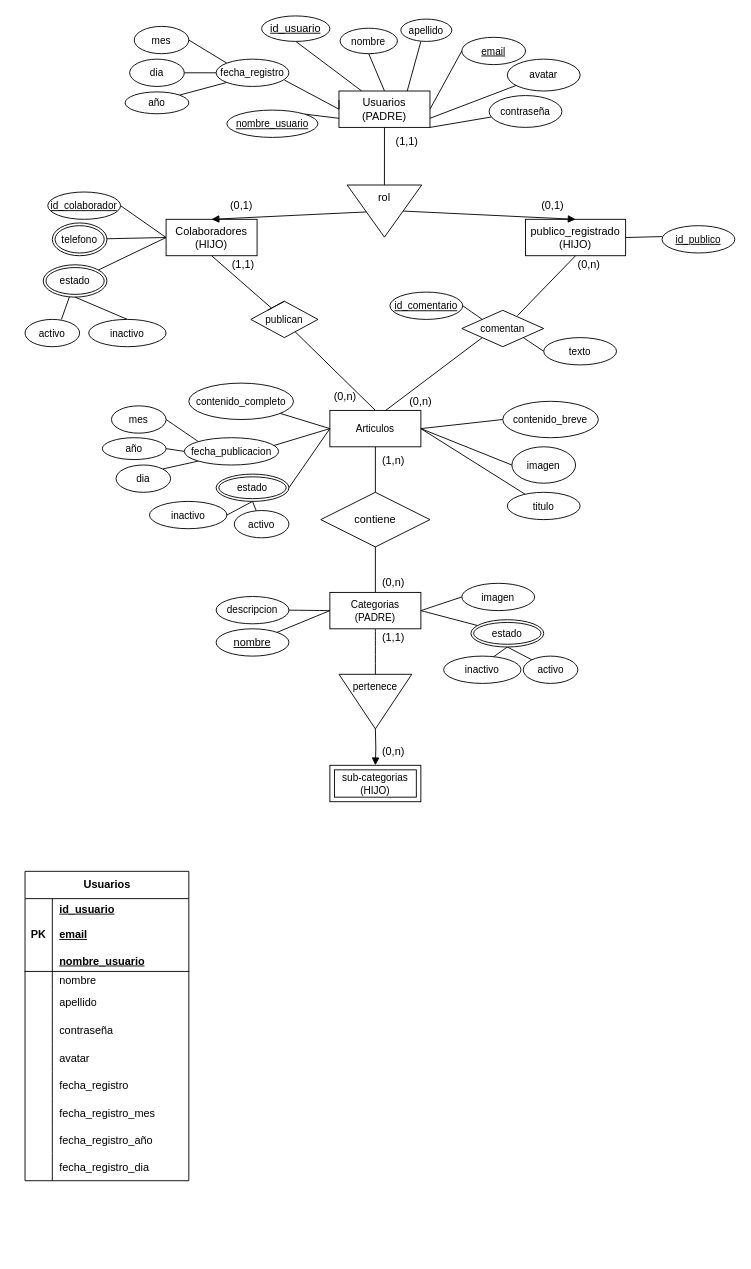
Earlier version of the draw.io diagram Desafio_s5.drawio (mauricioarcez/desafios_info). Source tidied: cells renumbered, new cells numbered last; positions are measured from the earlier drawing's top-left corner, leaving out a move shared by most shapes. Both pictures are drawn from the tidied source at 91%, with x=0, y=0 at pixel (15, 15).
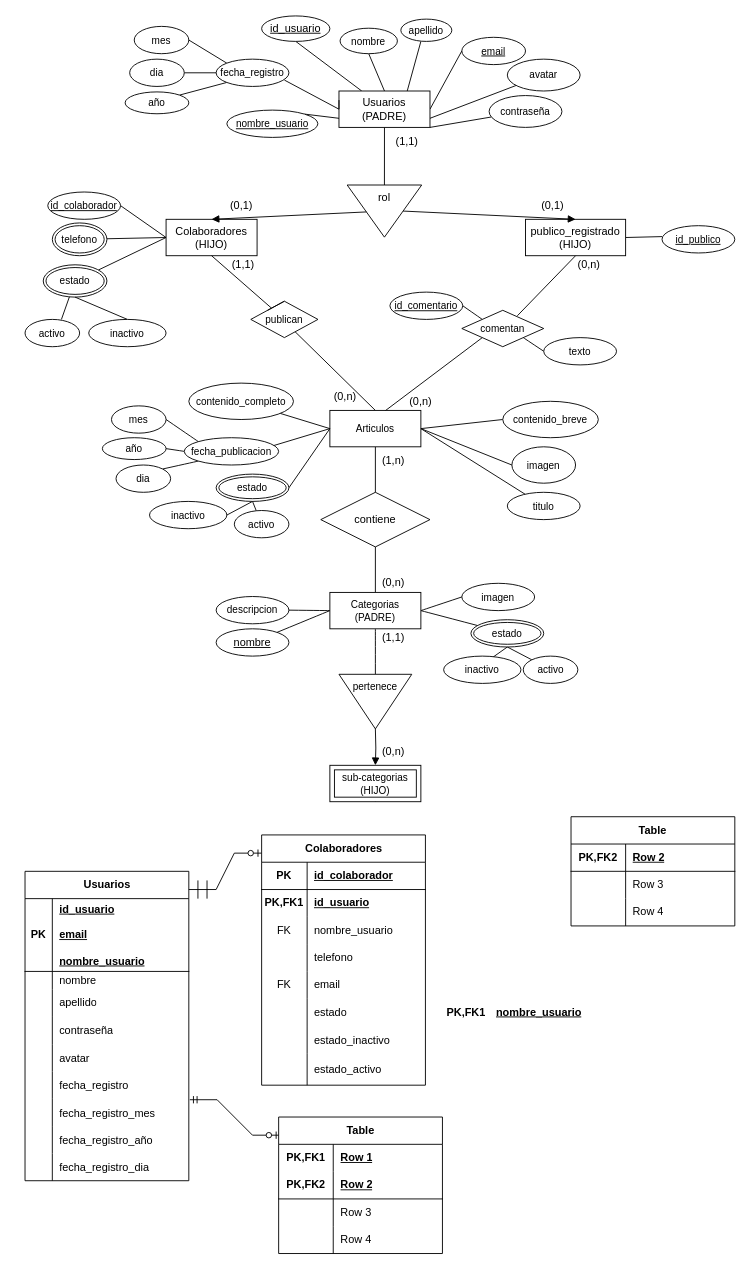
Above is the later version.

Unchanged cells that the change refers to:
```xml
<mxCell id="133" style="shape=tableRow;horizontal=0;startSize=0;swimlaneHead=0;swimlaneBody=0;fillColor=none;points=[[0,0.5],[1,0.5]];portConstraint=eastwest;top=0;left=0;right=0;bottom=0;" parent="114" vertex="1">
  <mxGeometry y="250" width="180" height="30" as="geometry" />
</mxCell>
```

Diff of the diagram source:
```diff
@@
+    <mxCell id="148" style="edgeStyle=entityRelationEdgeStyle;fontSize=12;html=1;endArrow=ERzeroToOne;endFill=1;rounded=0;" parent="1" edge="1">
+      <mxGeometry relative="1" as="geometry">
+        <mxPoint x="190" y="960" as="sourcePoint" />
+        <mxPoint x="270" y="920" as="targetPoint" />
+      </mxGeometry>
+    </mxCell>
+    <mxCell id="149" value="Colaboradores" style="shape=table;startSize=30;childLayout=tableLayout;rowLines=0;fontStyle=1;align=center;html=1;" parent="1" vertex="1">
+      <mxGeometry x="270" y="900" width="180" height="275" as="geometry" />
+    </mxCell>
+    <mxCell id="150" style="shape=tableRow;horizontal=0;startSize=0;swimlaneHead=0;swimlaneBody=0;fillColor=none;top=0;left=0;right=0;bottom=1;" parent="149" vertex="1">
+      <mxGeometry y="30" width="180" height="30" as="geometry" />
+    </mxCell>
+    <mxCell id="151" value="PK" style="shape=partialRectangle;fillColor=none;top=0;left=0;bottom=0;right=0;fontStyle=1;overflow=hidden;whiteSpace=wrap;html=1;" parent="150" vertex="1">
+      <mxGeometry width="50" height="30" as="geometry" />
+    </mxCell>
+    <mxCell id="152" value="id_colaborador" style="shape=partialRectangle;fillColor=none;top=0;left=0;bottom=0;right=0;align=left;spacingLeft=6;fontStyle=5;overflow=hidden;whiteSpace=wrap;html=1;" parent="150" vertex="1">
+      <mxGeometry x="50" width="130" height="30" as="geometry" />
+    </mxCell>
+    <mxCell id="153" style="shape=tableRow;horizontal=0;startSize=0;swimlaneHead=0;swimlaneBody=0;fillColor=none;top=0;left=0;right=0;bottom=0;html=1;" parent="149" vertex="1">
+      <mxGeometry y="60" width="180" height="30" as="geometry" />
+    </mxCell>
+    <mxCell id="154" value="PK,FK1" style="shape=partialRectangle;fillColor=none;top=0;left=0;bottom=0;right=0;fontStyle=1;overflow=hidden;html=1;whiteSpace=wrap;" parent="153" vertex="1">
+      <mxGeometry width="50" height="30" as="geometry" />
+    </mxCell>
+    <mxCell id="155" value="id_usuario" style="shape=partialRectangle;fillColor=none;top=0;left=0;bottom=0;right=0;align=left;spacingLeft=6;fontStyle=5;overflow=hidden;html=1;whiteSpace=wrap;" parent="153" vertex="1">
+      <mxGeometry x="50" width="130" height="30" as="geometry" />
+    </mxCell>
+    <mxCell id="156" style="shape=tableRow;horizontal=0;startSize=0;swimlaneHead=0;swimlaneBody=0;fillColor=none;top=0;left=0;right=0;bottom=0;" parent="149" vertex="1">
+      <mxGeometry y="90" width="180" height="30" as="geometry" />
+    </mxCell>
+    <mxCell id="157" value="FK" style="shape=partialRectangle;fillColor=none;top=0;left=0;bottom=0;right=0;fontStyle=0;overflow=hidden;whiteSpace=wrap;html=1;" parent="156" vertex="1">
+      <mxGeometry width="50" height="30" as="geometry" />
+    </mxCell>
+    <mxCell id="158" value="nombre_usuario" style="shape=partialRectangle;fillColor=none;top=0;left=0;bottom=0;right=0;align=left;spacingLeft=6;fontStyle=0;overflow=hidden;whiteSpace=wrap;html=1;" parent="156" vertex="1">
+      <mxGeometry x="50" width="130" height="30" as="geometry" />
+    </mxCell>
+    <mxCell id="159" style="shape=tableRow;horizontal=0;startSize=0;swimlaneHead=0;swimlaneBody=0;fillColor=none;top=0;left=0;right=0;bottom=0;" parent="149" vertex="1">
+      <mxGeometry y="120" width="180" height="30" as="geometry" />
+    </mxCell>
+    <mxCell id="160" style="shape=partialRectangle;fillColor=none;top=0;left=0;bottom=0;right=0;overflow=hidden;whiteSpace=wrap;html=1;" parent="159" vertex="1">
+      <mxGeometry width="50" height="30" as="geometry" />
+    </mxCell>
+    <mxCell id="161" value="telefono" style="shape=partialRectangle;fillColor=none;top=0;left=0;bottom=0;right=0;align=left;spacingLeft=6;overflow=hidden;whiteSpace=wrap;html=1;" parent="159" vertex="1">
+      <mxGeometry x="50" width="130" height="30" as="geometry" />
+    </mxCell>
+    <mxCell id="162" style="shape=tableRow;horizontal=0;startSize=0;swimlaneHead=0;swimlaneBody=0;fillColor=none;top=0;left=0;right=0;bottom=0;" parent="149" vertex="1">
+      <mxGeometry y="150" width="180" height="30" as="geometry" />
+    </mxCell>
+    <mxCell id="163" value="FK" style="shape=partialRectangle;fillColor=none;top=0;left=0;bottom=0;right=0;fontStyle=0;overflow=hidden;whiteSpace=wrap;html=1;" parent="162" vertex="1">
+      <mxGeometry width="50" height="30" as="geometry" />
+    </mxCell>
+    <mxCell id="164" value="email" style="shape=partialRectangle;fillColor=none;top=0;left=0;bottom=0;right=0;align=left;spacingLeft=6;fontStyle=0;overflow=hidden;whiteSpace=wrap;html=1;" parent="162" vertex="1">
+      <mxGeometry x="50" width="130" height="30" as="geometry" />
+    </mxCell>
+    <mxCell id="165" style="shape=tableRow;horizontal=0;startSize=0;swimlaneHead=0;swimlaneBody=0;fillColor=none;top=0;left=0;right=0;bottom=0;" parent="149" vertex="1">
+      <mxGeometry y="180" width="180" height="30" as="geometry" />
+    </mxCell>
+    <mxCell id="166" style="shape=partialRectangle;fillColor=none;top=0;left=0;bottom=0;right=0;overflow=hidden;whiteSpace=wrap;html=1;" parent="165" vertex="1">
+      <mxGeometry width="50" height="30" as="geometry" />
+    </mxCell>
+    <mxCell id="167" value="estado" style="shape=partialRectangle;fillColor=none;top=0;left=0;bottom=0;right=0;align=left;spacingLeft=6;overflow=hidden;whiteSpace=wrap;html=1;" parent="165" vertex="1">
+      <mxGeometry x="50" width="130" height="30" as="geometry" />
+    </mxCell>
+    <mxCell id="168" style="shape=tableRow;horizontal=0;startSize=0;swimlaneHead=0;swimlaneBody=0;fillColor=none;top=0;left=0;right=0;bottom=0;" parent="149" vertex="1">
+      <mxGeometry y="210" width="180" height="30" as="geometry" />
+    </mxCell>
+    <mxCell id="169" style="shape=partialRectangle;fillColor=none;top=0;left=0;bottom=0;right=0;overflow=hidden;" parent="168" vertex="1">
+      <mxGeometry width="50" height="30" as="geometry" />
+    </mxCell>
+    <mxCell id="170" value="estado_inactivo" style="shape=partialRectangle;fillColor=none;top=0;left=0;bottom=0;right=0;align=left;spacingLeft=6;overflow=hidden;" parent="168" vertex="1">
+      <mxGeometry x="50" width="130" height="30" as="geometry" />
+    </mxCell>
+    <mxCell id="171" style="shape=tableRow;horizontal=0;startSize=0;swimlaneHead=0;swimlaneBody=0;fillColor=none;top=0;left=0;right=0;bottom=0;" parent="149" vertex="1">
+      <mxGeometry y="240" width="180" height="35" as="geometry" />
+    </mxCell>
+    <mxCell id="172" style="shape=partialRectangle;fillColor=none;top=0;left=0;bottom=0;right=0;overflow=hidden;whiteSpace=wrap;html=1;" parent="171" vertex="1">
+      <mxGeometry width="50" height="35" as="geometry" />
+    </mxCell>
+    <mxCell id="173" value="estado_activo" style="shape=partialRectangle;fillColor=none;top=0;left=0;bottom=0;right=0;align=left;spacingLeft=6;overflow=hidden;whiteSpace=wrap;html=1;" parent="171" vertex="1">
+      <mxGeometry x="50" width="130" height="35" as="geometry" />
+    </mxCell>
+    <mxCell id="174" style="endArrow=none;html=1;rounded=0;" parent="1" edge="1">
+      <mxGeometry relative="1" as="geometry">
+        <mxPoint x="200" y="970" as="sourcePoint" />
+        <mxPoint x="200" y="950" as="targetPoint" />
+      </mxGeometry>
+    </mxCell>
+    <mxCell id="175" style="endArrow=none;html=1;rounded=0;" parent="1" edge="1">
+      <mxGeometry relative="1" as="geometry">
+        <mxPoint x="210" y="950" as="sourcePoint" />
+        <mxPoint x="210" y="970" as="targetPoint" />
+      </mxGeometry>
+    </mxCell>
+    <mxCell id="176" style="edgeStyle=entityRelationEdgeStyle;fontSize=12;html=1;endArrow=ERzeroToOne;startArrow=ERmandOne;rounded=0;exitX=1.006;exitY=0.033;exitDx=0;exitDy=0;exitPerimeter=0;entryX=0.007;entryY=0.133;entryDx=0;entryDy=0;entryPerimeter=0;" parent="1" edge="1" source="133" target="177">
+      <mxGeometry relative="1" as="geometry" />
+    </mxCell>
+    <mxCell id="177" value="Table" style="shape=table;startSize=30;childLayout=tableLayout;rowLines=0;fontStyle=1;align=center;html=1;whiteSpace=wrap;" parent="1" vertex="1">
+      <mxGeometry x="288.7" y="1210" width="180" height="150" as="geometry" />
+    </mxCell>
+    <mxCell id="178" style="shape=tableRow;horizontal=0;startSize=0;swimlaneHead=0;swimlaneBody=0;fillColor=none;top=0;left=0;right=0;bottom=0;html=1;" parent="177" vertex="1">
+      <mxGeometry y="30" width="180" height="30" as="geometry" />
+    </mxCell>
+    <mxCell id="179" value="PK,FK1" style="shape=partialRectangle;fillColor=none;top=0;left=0;bottom=0;right=0;fontStyle=1;overflow=hidden;html=1;whiteSpace=wrap;" parent="178" vertex="1">
+      <mxGeometry width="60" height="30" as="geometry" />
+    </mxCell>
+    <mxCell id="180" value="Row 1" style="shape=partialRectangle;fillColor=none;top=0;left=0;bottom=0;right=0;align=left;spacingLeft=6;fontStyle=5;overflow=hidden;html=1;whiteSpace=wrap;" parent="178" vertex="1">
+      <mxGeometry x="60" width="120" height="30" as="geometry" />
+    </mxCell>
+    <mxCell id="181" style="shape=tableRow;horizontal=0;startSize=0;swimlaneHead=0;swimlaneBody=0;fillColor=none;top=0;left=0;right=0;bottom=1;html=1;" parent="177" vertex="1">
+      <mxGeometry y="60" width="180" height="30" as="geometry" />
+    </mxCell>
+    <mxCell id="182" value="PK,FK2" style="shape=partialRectangle;fillColor=none;top=0;left=0;bottom=0;right=0;fontStyle=1;overflow=hidden;html=1;whiteSpace=wrap;" parent="181" vertex="1">
+      <mxGeometry width="60" height="30" as="geometry" />
+    </mxCell>
+    <mxCell id="183" value="Row 2" style="shape=partialRectangle;fillColor=none;top=0;left=0;bottom=0;right=0;align=left;spacingLeft=6;fontStyle=5;overflow=hidden;html=1;whiteSpace=wrap;" parent="181" vertex="1">
+      <mxGeometry x="60" width="120" height="30" as="geometry" />
+    </mxCell>
+    <mxCell id="184" style="shape=tableRow;horizontal=0;startSize=0;swimlaneHead=0;swimlaneBody=0;fillColor=none;top=0;left=0;right=0;bottom=0;html=1;" parent="177" vertex="1">
+      <mxGeometry y="90" width="180" height="30" as="geometry" />
+    </mxCell>
+    <mxCell id="185" style="shape=partialRectangle;fillColor=none;top=0;left=0;bottom=0;right=0;overflow=hidden;html=1;whiteSpace=wrap;" parent="184" vertex="1">
+      <mxGeometry width="60" height="30" as="geometry" />
+    </mxCell>
+    <mxCell id="186" value="Row 3" style="shape=partialRectangle;fillColor=none;top=0;left=0;bottom=0;right=0;align=left;spacingLeft=6;overflow=hidden;html=1;whiteSpace=wrap;" parent="184" vertex="1">
+      <mxGeometry x="60" width="120" height="30" as="geometry" />
+    </mxCell>
+    <mxCell id="187" style="shape=tableRow;horizontal=0;startSize=0;swimlaneHead=0;swimlaneBody=0;fillColor=none;top=0;left=0;right=0;bottom=0;html=1;" parent="177" vertex="1">
+      <mxGeometry y="120" width="180" height="30" as="geometry" />
+    </mxCell>
+    <mxCell id="188" style="shape=partialRectangle;fillColor=none;top=0;left=0;bottom=0;right=0;overflow=hidden;html=1;whiteSpace=wrap;" parent="187" vertex="1">
+      <mxGeometry width="60" height="30" as="geometry" />
+    </mxCell>
+    <mxCell id="189" value="Row 4" style="shape=partialRectangle;fillColor=none;top=0;left=0;bottom=0;right=0;align=left;spacingLeft=6;overflow=hidden;html=1;whiteSpace=wrap;" parent="187" vertex="1">
+      <mxGeometry x="60" width="120" height="30" as="geometry" />
+    </mxCell>
+    <mxCell id="190" value="Table" style="shape=table;startSize=30;childLayout=tableLayout;rowLines=0;fontStyle=1;align=center;html=1;whiteSpace=wrap;" parent="1" vertex="1">
+      <mxGeometry x="610" y="880" width="180" height="120" as="geometry" />
+    </mxCell>
+    <mxCell id="191" style="shape=tableRow;horizontal=0;startSize=0;swimlaneHead=0;swimlaneBody=0;fillColor=none;top=0;left=0;right=0;bottom=1;html=1;" parent="190" vertex="1">
+      <mxGeometry y="30" width="180" height="30" as="geometry" />
+    </mxCell>
+    <mxCell id="192" value="PK,FK2" style="shape=partialRectangle;fillColor=none;top=0;left=0;bottom=0;right=0;fontStyle=1;overflow=hidden;html=1;whiteSpace=wrap;" parent="191" vertex="1">
+      <mxGeometry width="60" height="30" as="geometry" />
+    </mxCell>
+    <mxCell id="193" value="Row 2" style="shape=partialRectangle;fillColor=none;top=0;left=0;bottom=0;right=0;align=left;spacingLeft=6;fontStyle=5;overflow=hidden;html=1;whiteSpace=wrap;" parent="191" vertex="1">
+      <mxGeometry x="60" width="120" height="30" as="geometry" />
+    </mxCell>
+    <mxCell id="194" style="shape=tableRow;horizontal=0;startSize=0;swimlaneHead=0;swimlaneBody=0;fillColor=none;top=0;left=0;right=0;bottom=0;html=1;" parent="190" vertex="1">
+      <mxGeometry y="60" width="180" height="30" as="geometry" />
+    </mxCell>
+    <mxCell id="195" style="shape=partialRectangle;fillColor=none;top=0;left=0;bottom=0;right=0;overflow=hidden;html=1;whiteSpace=wrap;" parent="194" vertex="1">
+      <mxGeometry width="60" height="30" as="geometry" />
+    </mxCell>
+    <mxCell id="196" value="Row 3" style="shape=partialRectangle;fillColor=none;top=0;left=0;bottom=0;right=0;align=left;spacingLeft=6;overflow=hidden;html=1;whiteSpace=wrap;" parent="194" vertex="1">
+      <mxGeometry x="60" width="120" height="30" as="geometry" />
+    </mxCell>
+    <mxCell id="197" style="shape=tableRow;horizontal=0;startSize=0;swimlaneHead=0;swimlaneBody=0;fillColor=none;top=0;left=0;right=0;bottom=0;html=1;" parent="190" vertex="1">
+      <mxGeometry y="90" width="180" height="30" as="geometry" />
+    </mxCell>
+    <mxCell id="198" style="shape=partialRectangle;fillColor=none;top=0;left=0;bottom=0;right=0;overflow=hidden;html=1;whiteSpace=wrap;" parent="197" vertex="1">
+      <mxGeometry width="60" height="30" as="geometry" />
+    </mxCell>
+    <mxCell id="199" value="Row 4" style="shape=partialRectangle;fillColor=none;top=0;left=0;bottom=0;right=0;align=left;spacingLeft=6;overflow=hidden;html=1;whiteSpace=wrap;" parent="197" vertex="1">
+      <mxGeometry x="60" width="120" height="30" as="geometry" />
+    </mxCell>
+    <mxCell id="200" style="shape=tableRow;horizontal=0;startSize=0;swimlaneHead=0;swimlaneBody=0;fillColor=none;top=0;left=0;right=0;bottom=0;html=1;" parent="1" vertex="1">
+      <mxGeometry x="470" y="1080" width="180" height="30" as="geometry" />
+    </mxCell>
+    <mxCell id="201" value="PK,FK1" style="shape=partialRectangle;fillColor=none;top=0;left=0;bottom=0;right=0;fontStyle=1;overflow=hidden;html=1;whiteSpace=wrap;" parent="200" vertex="1">
+      <mxGeometry width="50" height="30" as="geometry" />
+    </mxCell>
+    <mxCell id="202" value="nombre_usuario" style="shape=partialRectangle;fillColor=none;top=0;left=0;bottom=0;right=0;align=left;spacingLeft=6;fontStyle=5;overflow=hidden;html=1;whiteSpace=wrap;" parent="200" vertex="1">
+      <mxGeometry x="50" width="130" height="30" as="geometry" />
+    </mxCell>
```
